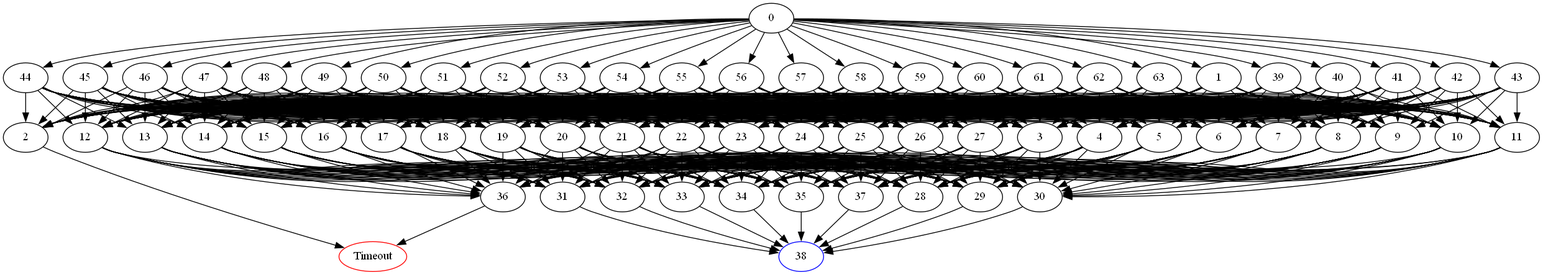
Before: DomainPicture/thduy.05356.comdirected_graph.png, a diagram exported from Graphviz (Asikl/MazeMapper). Its source is kept beside it as DomainPicture/thduy.05356.comdirected_graph.dot.
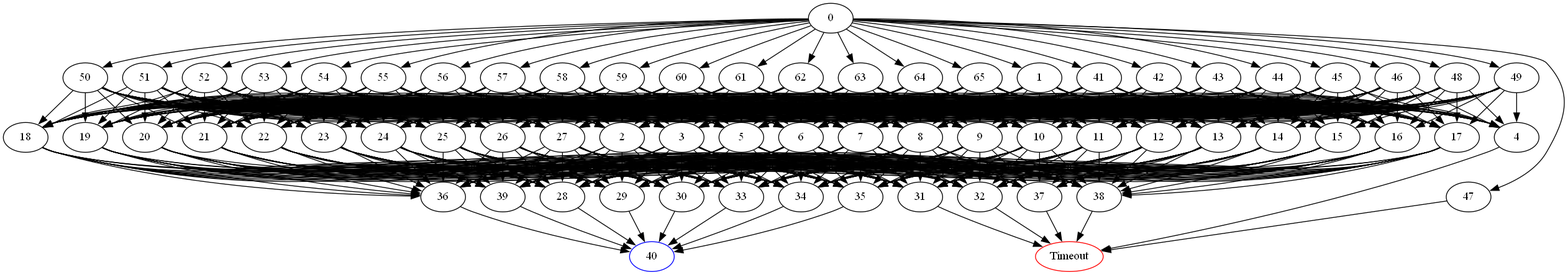
Later version of the same file.

Diff of the diagram source:
```diff
@@ -1,7 +1,5 @@
 digraph G {
 	0 -> 1;
-	0 -> 39;
-	0 -> 40;
 	0 -> 41;
 	0 -> 42;
 	0 -> 43;
@@ -25,6 +23,8 @@
 	0 -> 61;
 	0 -> 62;
 	0 -> 63;
+	0 -> 64;
+	0 -> 65;
 	1 -> 2;
 	1 -> 3;
 	1 -> 4;
@@ -51,8 +51,18 @@
 	1 -> 25;
 	1 -> 26;
 	1 -> 27;
-	2 -> "Timeout";
-Timeout [color=red];
+	2 -> 28;
+	2 -> 29;
+	2 -> 30;
+	2 -> 31;
+	2 -> 32;
+	2 -> 33;
+	2 -> 34;
+	2 -> 35;
+	2 -> 36;
+	2 -> 37;
+	2 -> 38;
+	2 -> 39;
 	3 -> 28;
 	3 -> 29;
 	3 -> 30;
@@ -63,16 +73,10 @@
 	3 -> 35;
 	3 -> 36;
 	3 -> 37;
-	4 -> 28;
-	4 -> 29;
-	4 -> 30;
-	4 -> 31;
-	4 -> 32;
-	4 -> 33;
-	4 -> 34;
-	4 -> 35;
-	4 -> 36;
-	4 -> 37;
+	3 -> 38;
+	3 -> 39;
+	4 -> "Timeout";
+Timeout [color=red];
 	5 -> 28;
 	5 -> 29;
 	5 -> 30;
@@ -83,6 +87,8 @@
 	5 -> 35;
 	5 -> 36;
 	5 -> 37;
+	5 -> 38;
+	5 -> 39;
 	6 -> 28;
 	6 -> 29;
 	6 -> 30;
@@ -93,6 +99,8 @@
 	6 -> 35;
 	6 -> 36;
 	6 -> 37;
+	6 -> 38;
+	6 -> 39;
 	7 -> 28;
 	7 -> 29;
 	7 -> 30;
@@ -103,6 +111,8 @@
 	7 -> 35;
 	7 -> 36;
 	7 -> 37;
+	7 -> 38;
+	7 -> 39;
 	8 -> 28;
 	8 -> 29;
 	8 -> 30;
@@ -113,6 +123,8 @@
 	8 -> 35;
 	8 -> 36;
 	8 -> 37;
+	8 -> 38;
+	8 -> 39;
 	9 -> 28;
 	9 -> 29;
 	9 -> 30;
@@ -123,6 +135,8 @@
 	9 -> 35;
 	9 -> 36;
 	9 -> 37;
+	9 -> 38;
+	9 -> 39;
 	10 -> 28;
 	10 -> 29;
 	10 -> 30;
@@ -133,6 +147,8 @@
 	10 -> 35;
 	10 -> 36;
 	10 -> 37;
+	10 -> 38;
+	10 -> 39;
 	11 -> 28;
 	11 -> 29;
 	11 -> 30;
@@ -143,6 +159,8 @@
 	11 -> 35;
 	11 -> 36;
 	11 -> 37;
+	11 -> 38;
+	11 -> 39;
 	12 -> 28;
 	12 -> 29;
 	12 -> 30;
@@ -153,6 +171,8 @@
 	12 -> 35;
 	12 -> 36;
 	12 -> 37;
+	12 -> 38;
+	12 -> 39;
 	13 -> 28;
 	13 -> 29;
 	13 -> 30;
@@ -163,6 +183,8 @@
 	13 -> 35;
 	13 -> 36;
 	13 -> 37;
+	13 -> 38;
+	13 -> 39;
 	14 -> 28;
 	14 -> 29;
 	14 -> 30;
@@ -173,6 +195,8 @@
 	14 -> 35;
 	14 -> 36;
 	14 -> 37;
+	14 -> 38;
+	14 -> 39;
 	15 -> 28;
 	15 -> 29;
 	15 -> 30;
@@ -183,6 +207,8 @@
 	15 -> 35;
 	15 -> 36;
 	15 -> 37;
+	15 -> 38;
+	15 -> 39;
 	16 -> 28;
 	16 -> 29;
 	16 -> 30;
@@ -193,6 +219,8 @@
 	16 -> 35;
 	16 -> 36;
 	16 -> 37;
+	16 -> 38;
+	16 -> 39;
 	17 -> 28;
 	17 -> 29;
 	17 -> 30;
@@ -203,6 +231,8 @@
 	17 -> 35;
 	17 -> 36;
 	17 -> 37;
+	17 -> 38;
+	17 -> 39;
 	18 -> 28;
 	18 -> 29;
 	18 -> 30;
@@ -213,6 +243,8 @@
 	18 -> 35;
 	18 -> 36;
 	18 -> 37;
+	18 -> 38;
+	18 -> 39;
 	19 -> 28;
 	19 -> 29;
 	19 -> 30;
@@ -223,6 +255,8 @@
 	19 -> 35;
 	19 -> 36;
 	19 -> 37;
+	19 -> 38;
+	19 -> 39;
 	20 -> 28;
 	20 -> 29;
 	20 -> 30;
@@ -233,6 +267,8 @@
 	20 -> 35;
 	20 -> 36;
 	20 -> 37;
+	20 -> 38;
+	20 -> 39;
 	21 -> 28;
 	21 -> 29;
 	21 -> 30;
@@ -243,6 +279,8 @@
 	21 -> 35;
 	21 -> 36;
 	21 -> 37;
+	21 -> 38;
+	21 -> 39;
 	22 -> 28;
 	22 -> 29;
 	22 -> 30;
@@ -253,6 +291,8 @@
 	22 -> 35;
 	22 -> 36;
 	22 -> 37;
+	22 -> 38;
+	22 -> 39;
 	23 -> 28;
 	23 -> 29;
 	23 -> 30;
@@ -263,6 +303,8 @@
 	23 -> 35;
 	23 -> 36;
 	23 -> 37;
+	23 -> 38;
+	23 -> 39;
 	24 -> 28;
 	24 -> 29;
 	24 -> 30;
@@ -273,6 +315,8 @@
 	24 -> 35;
 	24 -> 36;
 	24 -> 37;
+	24 -> 38;
+	24 -> 39;
 	25 -> 28;
 	25 -> 29;
 	25 -> 30;
@@ -283,6 +327,8 @@
 	25 -> 35;
 	25 -> 36;
 	25 -> 37;
+	25 -> 38;
+	25 -> 39;
 	26 -> 28;
 	26 -> 29;
 	26 -> 30;
@@ -293,6 +339,8 @@
 	26 -> 35;
 	26 -> 36;
 	26 -> 37;
+	26 -> 38;
+	26 -> 39;
 	27 -> 28;
 	27 -> 29;
 	27 -> 30;
@@ -303,78 +351,32 @@
 	27 -> 35;
 	27 -> 36;
 	27 -> 37;
-	28 -> "38";
-38 [color=blue];
-	29 -> "38";
-38 [color=blue];
-	30 -> "38";
-38 [color=blue];
-	31 -> "38";
-38 [color=blue];
-	32 -> "38";
-38 [color=blue];
-	33 -> "38";
-38 [color=blue];
-	34 -> "38";
-38 [color=blue];
-	35 -> "38";
-38 [color=blue];
-	36 -> "Timeout";
+	27 -> 38;
+	27 -> 39;
+	28 -> "40";
+40 [color=blue];
+	29 -> "40";
+40 [color=blue];
+	30 -> "40";
+40 [color=blue];
+	31 -> "Timeout";
 Timeout [color=red];
-	37 -> "38";
-38 [color=blue];
-	39 -> 2;
-	39 -> 3;
-	39 -> 4;
-	39 -> 5;
-	39 -> 6;
-	39 -> 7;
-	39 -> 8;
-	39 -> 9;
-	39 -> 10;
-	39 -> 11;
-	39 -> 12;
-	39 -> 13;
-	39 -> 14;
-	39 -> 15;
-	39 -> 16;
-	39 -> 17;
-	39 -> 18;
-	39 -> 19;
-	39 -> 20;
-	39 -> 21;
-	39 -> 22;
-	39 -> 23;
-	39 -> 24;
-	39 -> 25;
-	39 -> 26;
-	39 -> 27;
-	40 -> 2;
-	40 -> 3;
-	40 -> 4;
-	40 -> 5;
-	40 -> 6;
-	40 -> 7;
-	40 -> 8;
-	40 -> 9;
-	40 -> 10;
-	40 -> 11;
-	40 -> 12;
-	40 -> 13;
-	40 -> 14;
-	40 -> 15;
-	40 -> 16;
-	40 -> 17;
-	40 -> 18;
-	40 -> 19;
-	40 -> 20;
-	40 -> 21;
-	40 -> 22;
-	40 -> 23;
-	40 -> 24;
-	40 -> 25;
-	40 -> 26;
-	40 -> 27;
+	32 -> "Timeout";
+Timeout [color=red];
+	33 -> "40";
+40 [color=blue];
+	34 -> "40";
+40 [color=blue];
+	35 -> "40";
+40 [color=blue];
+	36 -> "40";
+40 [color=blue];
+	37 -> "Timeout";
+Timeout [color=red];
+	38 -> "Timeout";
+Timeout [color=red];
+	39 -> "40";
+40 [color=blue];
 	41 -> 2;
 	41 -> 3;
 	41 -> 4;
@@ -531,32 +533,8 @@
 	46 -> 25;
 	46 -> 26;
 	46 -> 27;
-	47 -> 2;
-	47 -> 3;
-	47 -> 4;
-	47 -> 5;
-	47 -> 6;
-	47 -> 7;
-	47 -> 8;
-	47 -> 9;
-	47 -> 10;
-	47 -> 11;
-	47 -> 12;
-	47 -> 13;
-	47 -> 14;
-	47 -> 15;
-	47 -> 16;
-	47 -> 17;
-	47 -> 18;
-	47 -> 19;
-	47 -> 20;
-	47 -> 21;
-	47 -> 22;
-	47 -> 23;
-	47 -> 24;
-	47 -> 25;
-	47 -> 26;
-	47 -> 27;
+	47 -> "Timeout";
+Timeout [color=red];
 	48 -> 2;
 	48 -> 3;
 	48 -> 4;
@@ -973,4 +951,56 @@
 	63 -> 25;
 	63 -> 26;
 	63 -> 27;
+	64 -> 2;
+	64 -> 3;
+	64 -> 4;
+	64 -> 5;
+	64 -> 6;
+	64 -> 7;
+	64 -> 8;
+	64 -> 9;
+	64 -> 10;
+	64 -> 11;
+	64 -> 12;
+	64 -> 13;
+	64 -> 14;
+	64 -> 15;
+	64 -> 16;
+	64 -> 17;
+	64 -> 18;
+	64 -> 19;
+	64 -> 20;
+	64 -> 21;
+	64 -> 22;
+	64 -> 23;
+	64 -> 24;
+	64 -> 25;
+	64 -> 26;
+	64 -> 27;
+	65 -> 2;
+	65 -> 3;
+	65 -> 4;
+	65 -> 5;
+	65 -> 6;
+	65 -> 7;
+	65 -> 8;
+	65 -> 9;
+	65 -> 10;
+	65 -> 11;
+	65 -> 12;
+	65 -> 13;
+	65 -> 14;
+	65 -> 15;
+	65 -> 16;
+	65 -> 17;
+	65 -> 18;
+	65 -> 19;
+	65 -> 20;
+	65 -> 21;
+	65 -> 22;
+	65 -> 23;
+	65 -> 24;
+	65 -> 25;
+	65 -> 26;
+	65 -> 27;
 }
```
